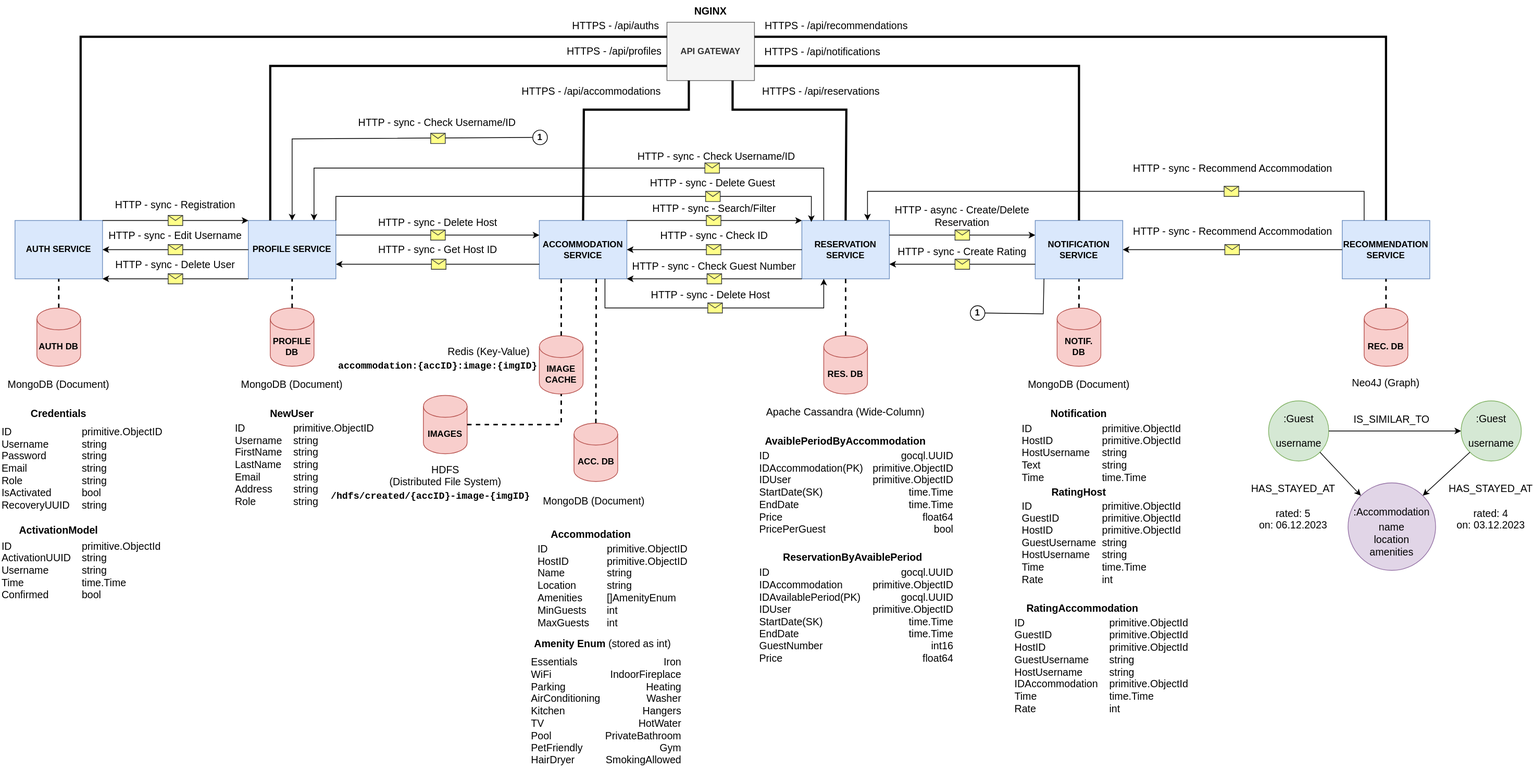
This is System Diagram.drawio.svg from bunjo01/StayInn, a draw.io export, as it was before one commit. Source tidied: cells renumbered, new cells last; positions are measured from the earlier drawing's top-left corner, leaving out a move shared by most shapes.
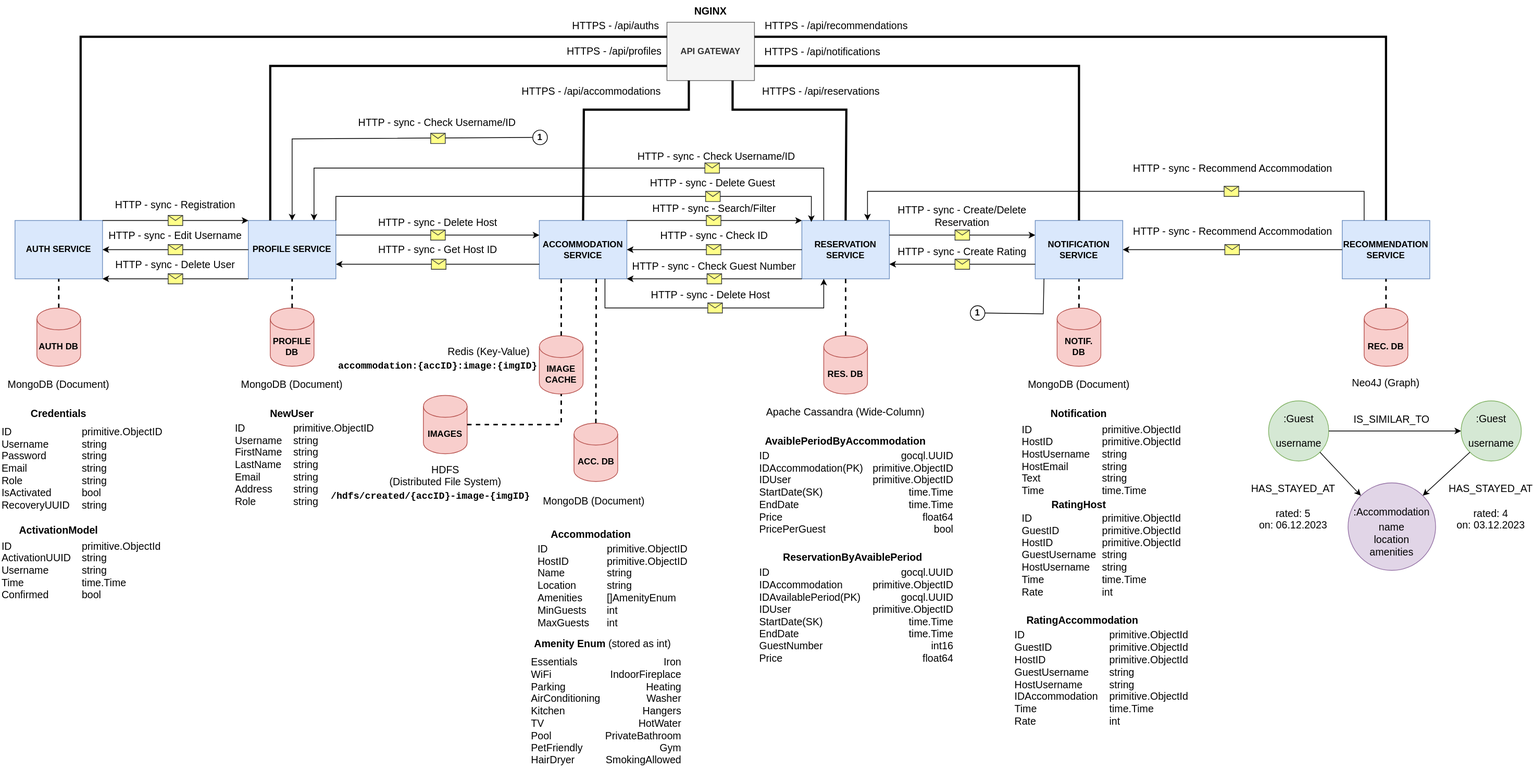
Later version of the same file.

Commit message:
Update system diagram

Change to the diagram source:
```diff
@@ -212,29 +212,29 @@
     <mxCell id="64" value="&lt;font size=&quot;1&quot;&gt;&lt;b style=&quot;font-size: 14px;&quot;&gt;Notification&lt;/b&gt;&lt;/font&gt;" style="text;html=1;strokeColor=none;fillColor=none;align=center;verticalAlign=middle;whiteSpace=wrap;rounded=0;" parent="1" vertex="1">
       <mxGeometry x="1419" y="552" width="120" height="30" as="geometry" />
     </mxCell>
-    <mxCell id="65" value="&lt;div style=&quot;font-size: 14px;&quot; align=&quot;left&quot;&gt;&lt;font style=&quot;font-size: 14px;&quot;&gt;ID&lt;/font&gt;&lt;/div&gt;&lt;div style=&quot;font-size: 14px;&quot; align=&quot;left&quot;&gt;HostID&lt;br&gt;HostUsername&lt;/div&gt;&lt;div style=&quot;font-size: 14px;&quot; align=&quot;left&quot;&gt;Text&lt;br&gt;&lt;/div&gt;&lt;div style=&quot;font-size: 14px;&quot; align=&quot;left&quot;&gt;Time&lt;br&gt;&lt;/div&gt;" style="text;html=1;strokeColor=none;fillColor=none;align=left;verticalAlign=middle;whiteSpace=wrap;rounded=0;" parent="1" vertex="1">
-      <mxGeometry x="1399" y="581.5" width="100" height="78.5" as="geometry" />
+    <mxCell id="65" value="&lt;div style=&quot;font-size: 14px;&quot; align=&quot;left&quot;&gt;&lt;font style=&quot;font-size: 14px;&quot;&gt;ID&lt;/font&gt;&lt;/div&gt;&lt;div style=&quot;font-size: 14px;&quot; align=&quot;left&quot;&gt;HostID&lt;br&gt;HostUsername&lt;/div&gt;&lt;div style=&quot;font-size: 14px;&quot; align=&quot;left&quot;&gt;HostEmail&lt;br&gt;&lt;/div&gt;&lt;div style=&quot;font-size: 14px;&quot; align=&quot;left&quot;&gt;Text&lt;br&gt;&lt;/div&gt;&lt;div style=&quot;font-size: 14px;&quot; align=&quot;left&quot;&gt;Time&lt;br&gt;&lt;/div&gt;" style="text;html=1;strokeColor=none;fillColor=none;align=left;verticalAlign=middle;whiteSpace=wrap;rounded=0;" parent="1" vertex="1">
+      <mxGeometry x="1399" y="581.5" width="100" height="98.5" as="geometry" />
     </mxCell>
-    <mxCell id="66" value="&lt;div align=&quot;left&quot;&gt;&lt;font style=&quot;font-size: 14px;&quot;&gt;primitive.ObjectId&lt;/font&gt;&lt;/div&gt;&lt;div align=&quot;left&quot;&gt;&lt;font style=&quot;font-size: 14px;&quot;&gt;primitive.ObjectId&lt;/font&gt;&lt;/div&gt;&lt;div align=&quot;left&quot;&gt;&lt;font style=&quot;font-size: 14px;&quot;&gt;string&lt;/font&gt;&lt;/div&gt;&lt;div align=&quot;left&quot;&gt;&lt;font style=&quot;font-size: 14px;&quot;&gt;string&lt;/font&gt;&lt;/div&gt;&lt;div align=&quot;left&quot;&gt;&lt;font style=&quot;font-size: 14px;&quot;&gt;time.Time&lt;br&gt;&lt;/font&gt;&lt;/div&gt;" style="text;html=1;strokeColor=none;fillColor=none;align=left;verticalAlign=middle;whiteSpace=wrap;rounded=0;" parent="1" vertex="1">
-      <mxGeometry x="1509" y="581.5" width="110" height="78.5" as="geometry" />
+    <mxCell id="66" value="&lt;div align=&quot;left&quot;&gt;&lt;font style=&quot;font-size: 14px;&quot;&gt;primitive.ObjectId&lt;/font&gt;&lt;/div&gt;&lt;div align=&quot;left&quot;&gt;&lt;font style=&quot;font-size: 14px;&quot;&gt;primitive.ObjectId&lt;/font&gt;&lt;/div&gt;&lt;div align=&quot;left&quot;&gt;&lt;font style=&quot;font-size: 14px;&quot;&gt;string&lt;/font&gt;&lt;/div&gt;&lt;div align=&quot;left&quot;&gt;&lt;font style=&quot;font-size: 14px;&quot;&gt;string&lt;br&gt;&lt;/font&gt;&lt;/div&gt;&lt;div align=&quot;left&quot;&gt;&lt;font style=&quot;font-size: 14px;&quot;&gt;string&lt;/font&gt;&lt;/div&gt;&lt;div align=&quot;left&quot;&gt;&lt;font style=&quot;font-size: 14px;&quot;&gt;time.Time&lt;br&gt;&lt;/font&gt;&lt;/div&gt;" style="text;html=1;strokeColor=none;fillColor=none;align=left;verticalAlign=middle;whiteSpace=wrap;rounded=0;" parent="1" vertex="1">
+      <mxGeometry x="1509" y="581.5" width="110" height="98.5" as="geometry" />
     </mxCell>
     <mxCell id="67" value="&lt;font size=&quot;1&quot;&gt;&lt;b style=&quot;font-size: 14px;&quot;&gt;RatingHost&lt;/b&gt;&lt;/font&gt;" style="text;html=1;strokeColor=none;fillColor=none;align=center;verticalAlign=middle;whiteSpace=wrap;rounded=0;" parent="1" vertex="1">
-      <mxGeometry x="1419" y="660" width="120" height="30" as="geometry" />
+      <mxGeometry x="1419" y="677" width="120" height="30" as="geometry" />
     </mxCell>
     <mxCell id="68" value="&lt;div style=&quot;font-size: 14px;&quot; align=&quot;left&quot;&gt;&lt;font style=&quot;font-size: 14px;&quot;&gt;ID&lt;/font&gt;&lt;/div&gt;&lt;div style=&quot;font-size: 14px;&quot; align=&quot;left&quot;&gt;GuestID&lt;/div&gt;&lt;div style=&quot;font-size: 14px;&quot; align=&quot;left&quot;&gt;HostID&lt;br&gt;&lt;/div&gt;&lt;div style=&quot;font-size: 14px;&quot; align=&quot;left&quot;&gt;GuestUsername&lt;/div&gt;&lt;div style=&quot;font-size: 14px;&quot; align=&quot;left&quot;&gt;HostUsername&lt;/div&gt;&lt;div style=&quot;font-size: 14px;&quot; align=&quot;left&quot;&gt;Time&lt;/div&gt;&lt;div style=&quot;font-size: 14px;&quot; align=&quot;left&quot;&gt;Rate&lt;br&gt;&lt;/div&gt;" style="text;html=1;strokeColor=none;fillColor=none;align=left;verticalAlign=middle;whiteSpace=wrap;rounded=0;" parent="1" vertex="1">
-      <mxGeometry x="1399" y="687.5" width="100" height="112.5" as="geometry" />
+      <mxGeometry x="1399" y="704.5" width="100" height="112.5" as="geometry" />
     </mxCell>
     <mxCell id="69" value="&lt;div align=&quot;left&quot;&gt;&lt;font style=&quot;font-size: 14px;&quot;&gt;primitive.ObjectId&lt;/font&gt;&lt;/div&gt;&lt;div align=&quot;left&quot;&gt;&lt;font style=&quot;font-size: 14px;&quot;&gt;primitive.ObjectId&lt;/font&gt;&lt;/div&gt;&lt;div align=&quot;left&quot;&gt;&lt;font style=&quot;font-size: 14px;&quot;&gt;primitive.ObjectId&lt;/font&gt;&lt;/div&gt;&lt;div align=&quot;left&quot;&gt;&lt;font style=&quot;font-size: 14px;&quot;&gt;string&lt;/font&gt;&lt;/div&gt;&lt;div align=&quot;left&quot;&gt;&lt;font style=&quot;font-size: 14px;&quot;&gt;string&lt;/font&gt;&lt;/div&gt;&lt;div align=&quot;left&quot;&gt;&lt;font style=&quot;font-size: 14px;&quot;&gt;time.Time&lt;br&gt;&lt;/font&gt;&lt;/div&gt;&lt;div align=&quot;left&quot;&gt;&lt;font style=&quot;font-size: 14px;&quot;&gt;int&lt;br&gt;&lt;/font&gt;&lt;/div&gt;" style="text;html=1;strokeColor=none;fillColor=none;align=left;verticalAlign=middle;whiteSpace=wrap;rounded=0;" parent="1" vertex="1">
-      <mxGeometry x="1509" y="687.5" width="110" height="112.5" as="geometry" />
+      <mxGeometry x="1509" y="704.5" width="110" height="112.5" as="geometry" />
     </mxCell>
     <mxCell id="70" value="&lt;font size=&quot;1&quot;&gt;&lt;b style=&quot;font-size: 14px;&quot;&gt;RatingAccommodation&lt;/b&gt;&lt;/font&gt;" style="text;html=1;strokeColor=none;fillColor=none;align=center;verticalAlign=middle;whiteSpace=wrap;rounded=0;" parent="1" vertex="1">
-      <mxGeometry x="1399" y="819" width="170" height="30" as="geometry" />
+      <mxGeometry x="1399" y="836" width="170" height="30" as="geometry" />
     </mxCell>
     <mxCell id="71" value="&lt;div style=&quot;font-size: 14px;&quot; align=&quot;left&quot;&gt;&lt;font style=&quot;font-size: 14px;&quot;&gt;ID&lt;/font&gt;&lt;/div&gt;&lt;div style=&quot;font-size: 14px;&quot; align=&quot;left&quot;&gt;GuestID&lt;/div&gt;&lt;div style=&quot;font-size: 14px;&quot; align=&quot;left&quot;&gt;HostID&lt;br&gt;&lt;/div&gt;&lt;div style=&quot;font-size: 14px;&quot; align=&quot;left&quot;&gt;GuestUsername&lt;/div&gt;&lt;div style=&quot;font-size: 14px;&quot; align=&quot;left&quot;&gt;HostUsername&lt;/div&gt;&lt;div style=&quot;font-size: 14px;&quot; align=&quot;left&quot;&gt;IDAccommodation&lt;/div&gt;&lt;div style=&quot;font-size: 14px;&quot; align=&quot;left&quot;&gt;Time&lt;/div&gt;&lt;div style=&quot;font-size: 14px;&quot; align=&quot;left&quot;&gt;Rate&lt;br&gt;&lt;/div&gt;" style="text;html=1;strokeColor=none;fillColor=none;align=left;verticalAlign=middle;whiteSpace=wrap;rounded=0;" parent="1" vertex="1">
-      <mxGeometry x="1389" y="845.5" width="120" height="134.5" as="geometry" />
+      <mxGeometry x="1389" y="862.5" width="120" height="134.5" as="geometry" />
     </mxCell>
     <mxCell id="72" value="&lt;div align=&quot;left&quot;&gt;&lt;font style=&quot;font-size: 14px;&quot;&gt;primitive.ObjectId&lt;/font&gt;&lt;/div&gt;&lt;div align=&quot;left&quot;&gt;&lt;font style=&quot;font-size: 14px;&quot;&gt;primitive.ObjectId&lt;/font&gt;&lt;/div&gt;&lt;div align=&quot;left&quot;&gt;&lt;font style=&quot;font-size: 14px;&quot;&gt;primitive.ObjectId&lt;/font&gt;&lt;/div&gt;&lt;div align=&quot;left&quot;&gt;&lt;font style=&quot;font-size: 14px;&quot;&gt;string&lt;/font&gt;&lt;/div&gt;&lt;div align=&quot;left&quot;&gt;&lt;font style=&quot;font-size: 14px;&quot;&gt;string&lt;br&gt;&lt;/font&gt;&lt;/div&gt;&lt;div align=&quot;left&quot;&gt;&lt;font style=&quot;font-size: 14px;&quot;&gt;primitive.ObjectId&lt;/font&gt;&lt;/div&gt;&lt;div align=&quot;left&quot;&gt;&lt;font style=&quot;font-size: 14px;&quot;&gt;time.Time&lt;br&gt;&lt;/font&gt;&lt;/div&gt;&lt;div align=&quot;left&quot;&gt;&lt;font style=&quot;font-size: 14px;&quot;&gt;int&lt;br&gt;&lt;/font&gt;&lt;/div&gt;" style="text;html=1;strokeColor=none;fillColor=none;align=left;verticalAlign=middle;whiteSpace=wrap;rounded=0;" parent="1" vertex="1">
-      <mxGeometry x="1519" y="845.5" width="110" height="134.5" as="geometry" />
+      <mxGeometry x="1519" y="862.5" width="110" height="134.5" as="geometry" />
     </mxCell>
     <mxCell id="73" value="&lt;pre&gt;&lt;font size=&quot;1&quot;&gt;&lt;b&gt;&lt;code style=&quot;font-size: 13px;&quot; class=&quot;!whitespace-pre hljs language-go&quot;&gt;accommodation:{accID}:image:{imgID}&lt;/code&gt;&lt;/b&gt;&lt;/font&gt;&lt;/pre&gt;" style="text;html=1;strokeColor=none;fillColor=none;align=center;verticalAlign=middle;whiteSpace=wrap;rounded=0;" parent="1" vertex="1">
       <mxGeometry x="470" y="487" width="260" height="30" as="geometry" />
@@ -473,7 +473,7 @@
         <mxPoint x="-10" y="-7" as="offset" />
       </mxGeometry>
     </mxCell>
-    <mxCell id="130" value="&lt;font style=&quot;font-size: 14px;&quot;&gt;HTTP - async - Create/Delete Reservation&lt;br&gt;&lt;/font&gt;" style="text;html=1;strokeColor=none;fillColor=none;align=center;verticalAlign=middle;whiteSpace=wrap;rounded=0;" parent="1" vertex="1">
+    <mxCell id="130" value="&lt;font style=&quot;font-size: 14px;&quot;&gt;HTTP - sync - Create/Delete Reservation&lt;br&gt;&lt;/font&gt;" style="text;html=1;strokeColor=none;fillColor=none;align=center;verticalAlign=middle;whiteSpace=wrap;rounded=0;" parent="1" vertex="1">
       <mxGeometry x="1219" y="281" width="200" height="30" as="geometry" />
     </mxCell>
     <mxCell id="131" value="&lt;b&gt;1&lt;/b&gt;" style="ellipse;whiteSpace=wrap;html=1;" parent="1" vertex="1">
```
